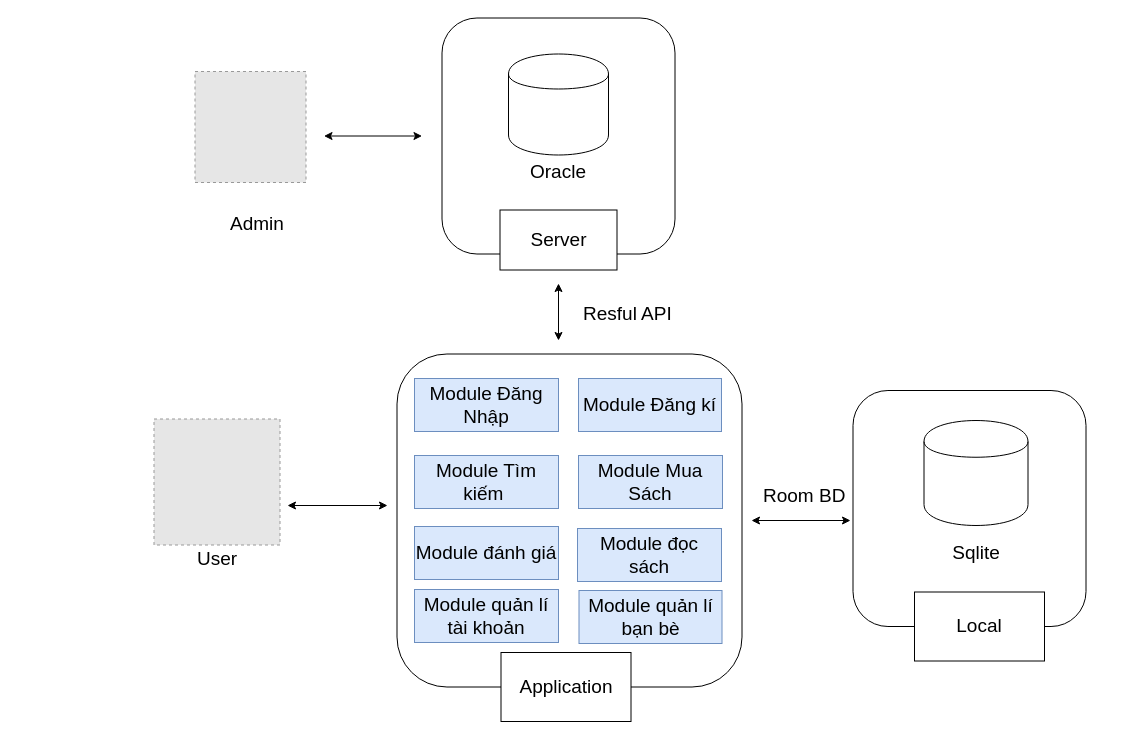
Above: luận văn tốt nghiệp/cuonbaocao/cac so do/Dacta - chuong 3/File DrawIO/kientructongthe.drawio in ThanhQvanVnnn/BookAppFireBase (draw.io), before the change. Source tidied: cells renumbered, new cells numbered last; positions are measured from the earlier drawing's top-left corner, leaving out a move shared by most shapes. Both pictures are drawn from the tidied source at 100%, with x=0, y=0 at pixel (154, 17). Pictures stored in the file or linked from it are replaced by grey dashed boxes.
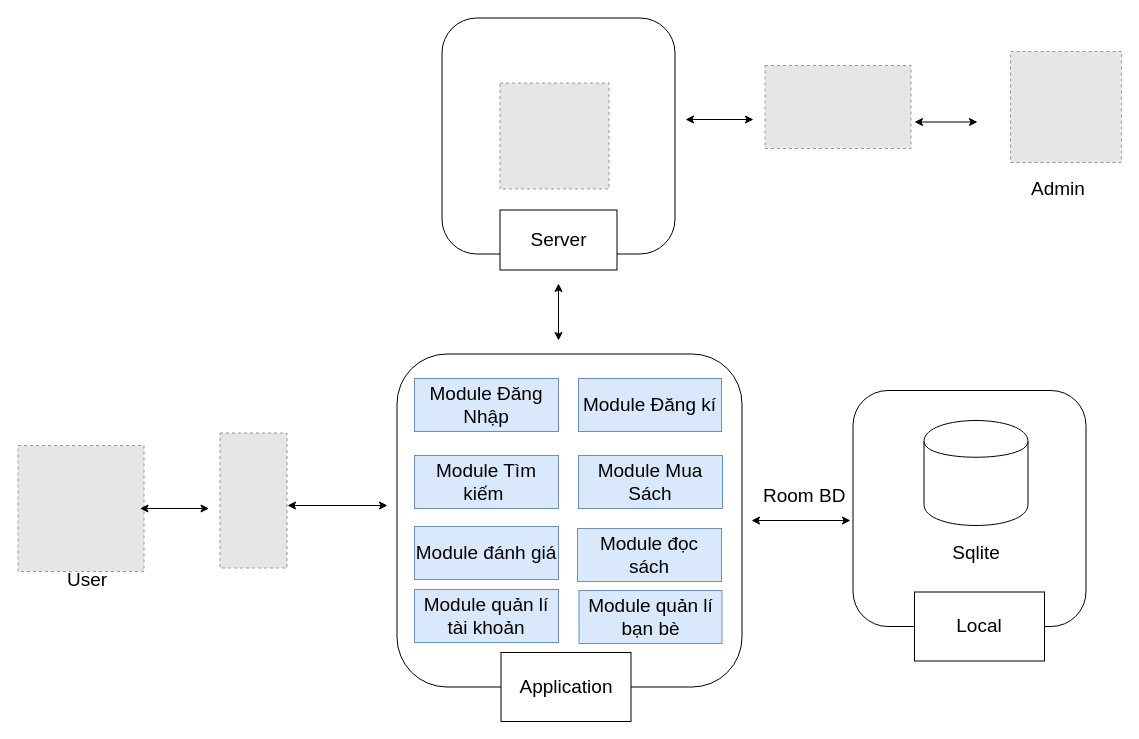
The same page after the edit.

Diff of the diagram source:
```diff
@@
     <mxCell id="7" style="fillColor=#E6E6E6;strokeColor=#999999;dashed=1;verticalLabelPosition=bottom;labelBackgroundColor=#ffffff;verticalAlign=top;" parent="1" vertex="1">
-      <mxGeometry x="40.5" y="54" width="111" height="111" as="geometry" />
+      <mxGeometry x="856" y="34" width="111" height="111" as="geometry" />
     </mxCell>
     <mxCell id="8" style="fillColor=#E6E6E6;strokeColor=#999999;dashed=1;verticalLabelPosition=bottom;labelBackgroundColor=#ffffff;verticalAlign=top;" parent="1" vertex="1">
-      <mxGeometry x="-0.5" y="401.5" width="126" height="126" as="geometry" />
+      <mxGeometry x="-136.5" y="428" width="126" height="126" as="geometry" />
     </mxCell>
@@
-    <mxCell id="10" style="endArrow=classic;startArrow=classic;html=1;fontSize=22;" parent="1" edge="1">
-      <mxGeometry relative="1" as="geometry">
-        <mxPoint x="169.5" y="118.5" as="sourcePoint" />
-        <mxPoint x="267.5" y="118.5" as="targetPoint" />
-      </mxGeometry>
-    </mxCell>
@@
     <mxCell id="12" value="Admin" style="text;html=1;align=left;verticalAlign=top;spacingTop=-4;fontSize=19;" parent="1" vertex="1">
-      <mxGeometry x="74" y="192.5" width="44" height="14" as="geometry" />
+      <mxGeometry x="875" y="157.5" width="44" height="14" as="geometry" />
     </mxCell>
     <mxCell id="13" value="User" style="text;html=1;align=left;verticalAlign=top;spacingTop=-4;fontSize=19;" parent="1" vertex="1">
-      <mxGeometry x="40.5" y="527.5" width="50" height="23" as="geometry" />
+      <mxGeometry x="-89" y="549" width="50" height="23" as="geometry" />
     </mxCell>
@@
-    <mxCell id="15" style="shape=cylinder;whiteSpace=wrap;html=1;boundedLbl=1;backgroundOutline=1;fontSize=19;" parent="1" vertex="1">
-      <mxGeometry x="354" y="36.5" width="100" height="101" as="geometry" />
-    </mxCell>
@@
-    <mxCell id="21" value="Oracle" style="text;html=1;strokeColor=none;fillColor=none;align=center;verticalAlign=middle;whiteSpace=wrap;rounded=0;fontSize=19;" parent="1" vertex="1">
-      <mxGeometry x="384" y="145" width="40" height="20" as="geometry" />
-    </mxCell>
@@
-    <mxCell id="24" value="Resful API" style="text;html=1;align=left;verticalAlign=top;spacingTop=-4;fontSize=19;" parent="1" vertex="1">
-      <mxGeometry x="426.5" y="283" width="100" height="23" as="geometry" />
-    </mxCell>
@@
+    <mxCell id="30" style="fillColor=#E6E6E6;strokeColor=#999999;dashed=1;verticalLabelPosition=bottom;verticalAlign=top;" parent="1" vertex="1">
+      <mxGeometry x="345.5" y="65.5" width="109" height="106" as="geometry" />
+    </mxCell>
+    <mxCell id="31" style="fillColor=#E6E6E6;strokeColor=#999999;dashed=1;verticalLabelPosition=bottom;verticalAlign=top;" parent="1" vertex="1">
+      <mxGeometry x="610.5" y="48" width="146" height="83" as="geometry" />
+    </mxCell>
+    <mxCell id="32" style="endArrow=classic;startArrow=classic;html=1;" parent="1" edge="1">
+      <mxGeometry relative="1" as="geometry">
+        <mxPoint x="531" y="102" as="sourcePoint" />
+        <mxPoint x="599" y="102" as="targetPoint" />
+      </mxGeometry>
+    </mxCell>
+    <mxCell id="33" style="endArrow=classic;startArrow=classic;html=1;" parent="1" edge="1">
+      <mxGeometry relative="1" as="geometry">
+        <mxPoint x="760" y="104.5" as="sourcePoint" />
+        <mxPoint x="823" y="104.5" as="targetPoint" />
+      </mxGeometry>
+    </mxCell>
+    <mxCell id="34" style="fillColor=#E6E6E6;strokeColor=#999999;dashed=1;verticalLabelPosition=bottom;labelBackgroundColor=#ffffff;verticalAlign=top;" parent="1" vertex="1">
+      <mxGeometry x="65.5" y="415.5" width="67" height="135" as="geometry" />
+    </mxCell>
+    <mxCell id="35" style="endArrow=classic;startArrow=classic;html=1;" parent="1" edge="1">
+      <mxGeometry relative="1" as="geometry">
+        <mxPoint x="-14.5" y="491" as="sourcePoint" />
+        <mxPoint x="54.5" y="491" as="targetPoint" />
+      </mxGeometry>
+    </mxCell>
```
